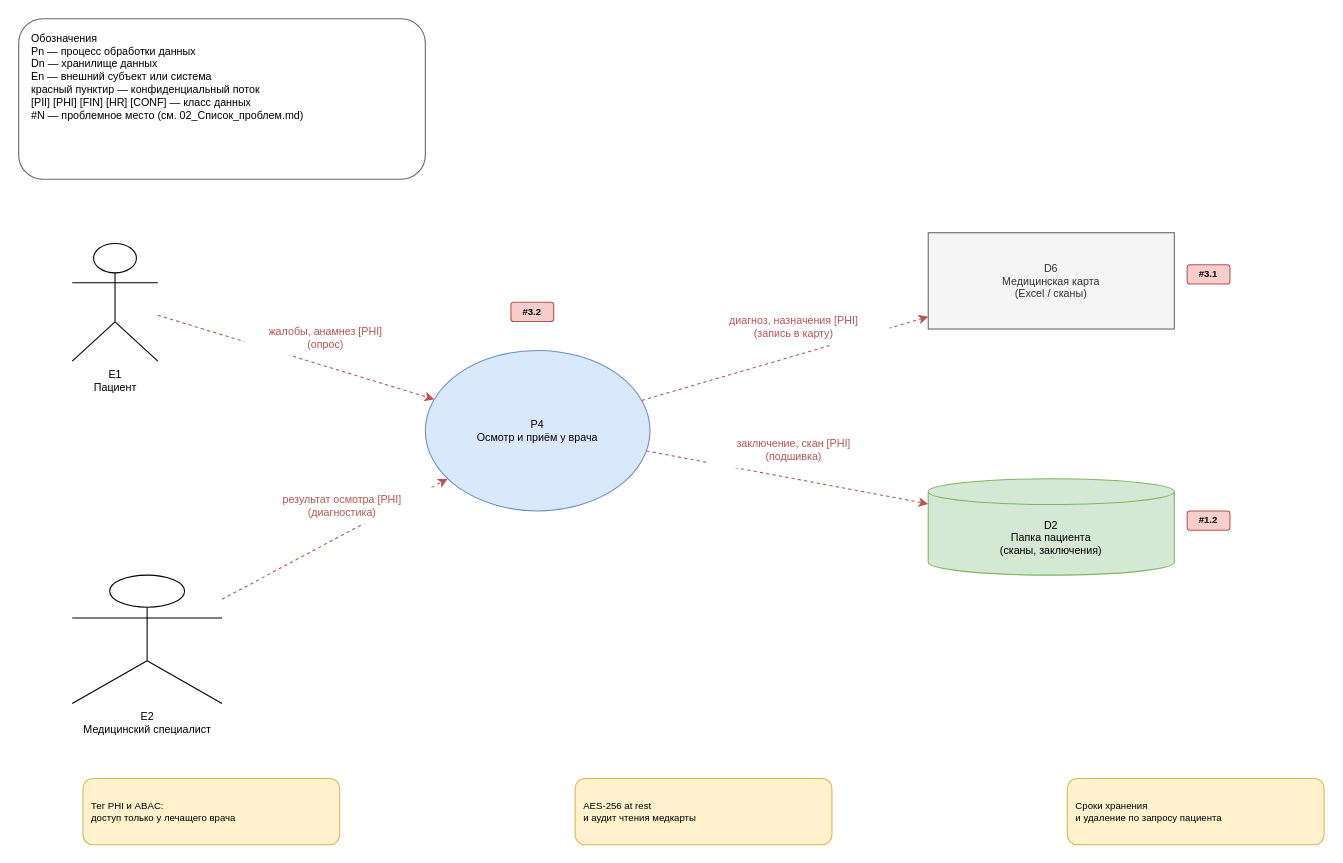
Before: Task1/DFD_TO-BE/DFD_3_Приём у врача_TO-BE.drawio in IlyaLivingstone/architecture-medikamente, a draw.io diagram. Source tidied: cells renumbered, new cells numbered last; positions are measured from the earlier drawing's top-left corner, leaving out a move shared by most shapes. Both pictures are drawn from the tidied source at 107%, with x=0, y=0 at pixel (18, 18).
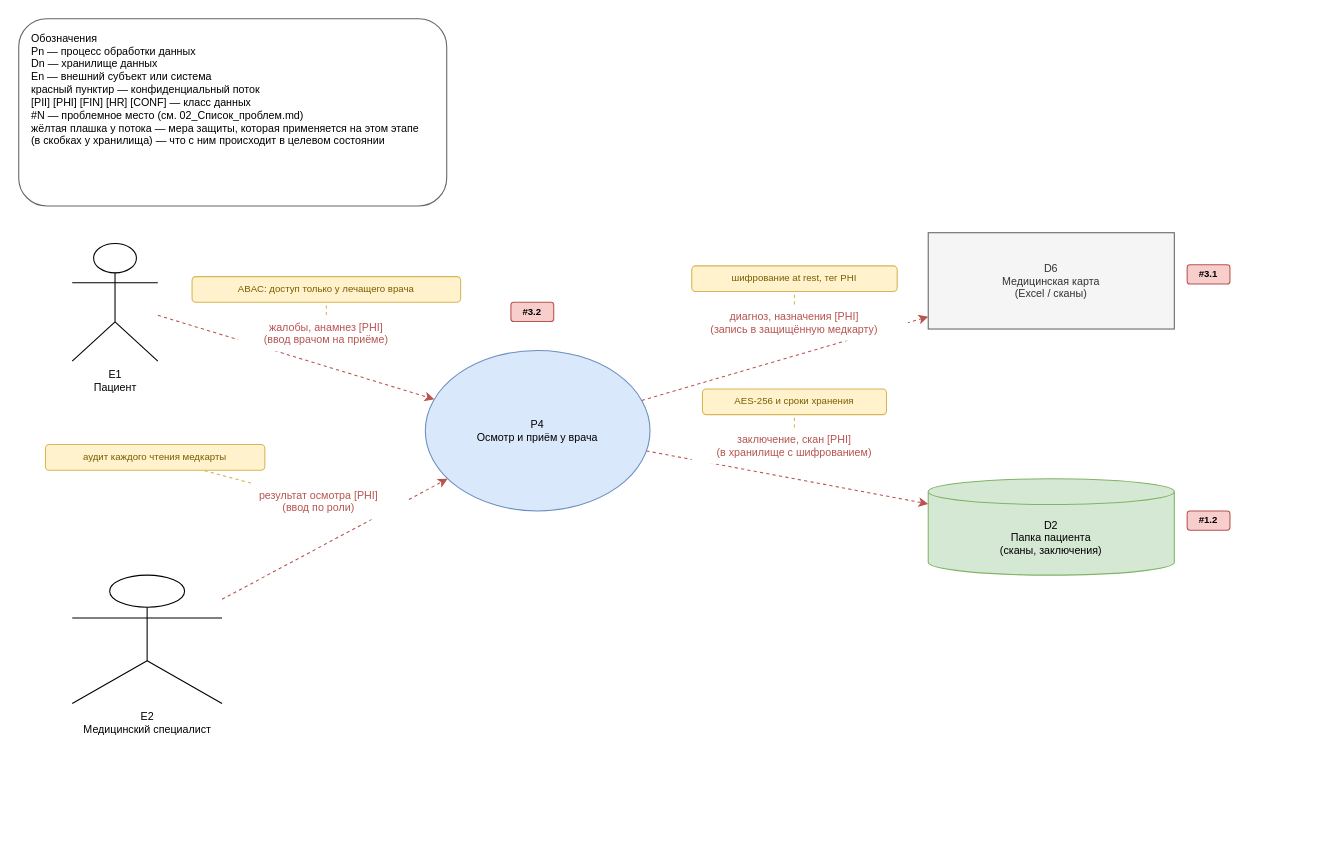
After the change.

The edit, as a diff of the source:
```diff
@@
-    <mxCell id="8" value="жалобы, анамнез [PHI]&lt;br&gt;(опрос)" style="rounded=0;whiteSpace=wrap;html=1;align=center;verticalAlign=middle;fillColor=#ffffff;strokeColor=none;fontSize=10;fontColor=#b85450;" parent="1" vertex="1">
-      <mxGeometry x="211" y="281" width="152" height="34" as="geometry" />
+    <mxCell id="8" value="жалобы, анамнез [PHI]&lt;br&gt;(ввод врачом на приёме)" style="rounded=0;whiteSpace=wrap;html=1;align=center;verticalAlign=middle;fillColor=#ffffff;strokeColor=none;fontSize=10;fontColor=#b85450;" parent="1" vertex="1">
+      <mxGeometry x="205" y="277" width="165" height="34" as="geometry" />
     </mxCell>
+    <mxCell id="22" value="ABAC: доступ только у лечащего врача" style="rounded=1;whiteSpace=wrap;html=1;fontSize=9;fillColor=#fff2cc;strokeColor=#d6b656;fontColor=#7a5c00;align=center;verticalAlign=middle;spacingLeft=4;spacingRight=4;" parent="1" vertex="1">
+      <mxGeometry x="162" y="241" width="251" height="24" as="geometry" />
+    </mxCell>
+    <mxCell id="23" style="html=1;endArrow=none;rounded=0;dashed=1;strokeColor=#d6b656;strokeWidth=1;" parent="1" edge="1" source="8" target="22">
+      <mxGeometry relative="1" as="geometry" />
+    </mxCell>
@@
-    <mxCell id="10" value="результат осмотра [PHI]&lt;br&gt;(диагностика)" style="rounded=0;whiteSpace=wrap;html=1;align=center;verticalAlign=middle;fillColor=#ffffff;strokeColor=none;fontSize=10;fontColor=#b85450;" parent="1" vertex="1">
-      <mxGeometry x="220" y="438" width="165" height="34" as="geometry" />
+    <mxCell id="10" value="результат осмотра [PHI]&lt;br&gt;(ввод по роли)" style="rounded=0;whiteSpace=wrap;html=1;align=center;verticalAlign=middle;fillColor=#ffffff;strokeColor=none;fontSize=10;fontColor=#b85450;" parent="1" vertex="1">
+      <mxGeometry x="198" y="434" width="165" height="34" as="geometry" />
     </mxCell>
+    <mxCell id="24" value="аудит каждого чтения медкарты" style="rounded=1;whiteSpace=wrap;html=1;fontSize=9;fillColor=#fff2cc;strokeColor=#d6b656;fontColor=#7a5c00;align=center;verticalAlign=middle;spacingLeft=4;spacingRight=4;" parent="1" vertex="1">
+      <mxGeometry x="25" y="398" width="205" height="24" as="geometry" />
+    </mxCell>
+    <mxCell id="25" style="html=1;endArrow=none;rounded=0;dashed=1;strokeColor=#d6b656;strokeWidth=1;" parent="1" edge="1" source="10" target="24">
+      <mxGeometry relative="1" as="geometry" />
+    </mxCell>
@@
-    <mxCell id="12" value="диагноз, назначения [PHI]&lt;br&gt;(запись в карту)" style="rounded=0;whiteSpace=wrap;html=1;align=center;verticalAlign=middle;fillColor=#ffffff;strokeColor=none;fontSize=10;fontColor=#b85450;" parent="1" vertex="1">
-      <mxGeometry x="635" y="271" width="179" height="34" as="geometry" />
+    <mxCell id="12" value="диагноз, назначения [PHI]&lt;br&gt;(запись в защищённую медкарту)" style="rounded=0;whiteSpace=wrap;html=1;align=center;verticalAlign=middle;fillColor=#ffffff;strokeColor=none;fontSize=10;fontColor=#b85450;" parent="1" vertex="1">
+      <mxGeometry x="619" y="267" width="212" height="34" as="geometry" />
     </mxCell>
+    <mxCell id="26" value="шифрование at rest, тег PHI" style="rounded=1;whiteSpace=wrap;html=1;fontSize=9;fillColor=#fff2cc;strokeColor=#d6b656;fontColor=#7a5c00;align=center;verticalAlign=middle;spacingLeft=4;spacingRight=4;" parent="1" vertex="1">
+      <mxGeometry x="629" y="231" width="192" height="24" as="geometry" />
+    </mxCell>
+    <mxCell id="27" style="html=1;endArrow=none;rounded=0;dashed=1;strokeColor=#d6b656;strokeWidth=1;" parent="1" edge="1" source="12" target="26">
+      <mxGeometry relative="1" as="geometry" />
+    </mxCell>
@@
-    <mxCell id="14" value="заключение, скан [PHI]&lt;br&gt;(подшивка)" style="rounded=0;whiteSpace=wrap;html=1;align=center;verticalAlign=middle;fillColor=#ffffff;strokeColor=none;fontSize=10;fontColor=#b85450;" parent="1" vertex="1">
-      <mxGeometry x="645" y="386" width="159" height="34" as="geometry" />
+    <mxCell id="14" value="заключение, скан [PHI]&lt;br&gt;(в хранилище с шифрованием)" style="rounded=0;whiteSpace=wrap;html=1;align=center;verticalAlign=middle;fillColor=#ffffff;strokeColor=none;fontSize=10;fontColor=#b85450;" parent="1" vertex="1">
+      <mxGeometry x="629" y="382" width="192" height="34" as="geometry" />
     </mxCell>
+    <mxCell id="28" value="AES-256 и сроки хранения" style="rounded=1;whiteSpace=wrap;html=1;fontSize=9;fillColor=#fff2cc;strokeColor=#d6b656;fontColor=#7a5c00;align=center;verticalAlign=middle;spacingLeft=4;spacingRight=4;" parent="1" vertex="1">
+      <mxGeometry x="639" y="346" width="172" height="24" as="geometry" />
+    </mxCell>
+    <mxCell id="29" style="html=1;endArrow=none;rounded=0;dashed=1;strokeColor=#d6b656;strokeWidth=1;" parent="1" edge="1" source="14" target="28">
+      <mxGeometry relative="1" as="geometry" />
+    </mxCell>
@@
-    <mxCell id="18" value="Тег PHI и ABAC:&lt;br&gt;доступ только у лечащего врача" style="rounded=1;whiteSpace=wrap;html=1;fontSize=9;fillColor=#fff2cc;strokeColor=#d6b656;align=left;spacingLeft=6;" parent="1" vertex="1">
-      <mxGeometry x="60" y="710" width="240" height="62" as="geometry" />
-    </mxCell>
-    <mxCell id="19" value="AES-256 at rest&lt;br&gt;и аудит чтения медкарты" style="rounded=1;whiteSpace=wrap;html=1;fontSize=9;fillColor=#fff2cc;strokeColor=#d6b656;align=left;spacingLeft=6;" parent="1" vertex="1">
-      <mxGeometry x="520" y="710" width="240" height="62" as="geometry" />
-    </mxCell>
-    <mxCell id="20" value="Сроки хранения&lt;br&gt;и удаление по запросу пациента" style="rounded=1;whiteSpace=wrap;html=1;fontSize=9;fillColor=#fff2cc;strokeColor=#d6b656;align=left;spacingLeft=6;" parent="1" vertex="1">
-      <mxGeometry x="980" y="710" width="240" height="62" as="geometry" />
-    </mxCell>
-    <mxCell id="21" value="Обозначения&lt;br&gt;Pn — процесс обработки данных&lt;br&gt;Dn — хранилище данных&lt;br&gt;En — внешний субъект или система&lt;br&gt;красный пунктир — конфиденциальный поток&lt;br&gt;[PII] [PHI] [FIN] [HR] [CONF] — класс данных&lt;br&gt;#N — проблемное место (см. 02_Список_проблем.md)" style="rounded=1;whiteSpace=wrap;html=1;fontSize=10;fillColor=#ffffff;strokeColor=#666666;align=left;verticalAlign=top;spacingLeft=10;spacingTop=6;" parent="1" vertex="1">
-      <mxGeometry width="380" height="150" as="geometry" />
+    <mxCell id="21" value="Обозначения&lt;br&gt;Pn — процесс обработки данных&lt;br&gt;Dn — хранилище данных&lt;br&gt;En — внешний субъект или система&lt;br&gt;красный пунктир — конфиденциальный поток&lt;br&gt;[PII] [PHI] [FIN] [HR] [CONF] — класс данных&lt;br&gt;#N — проблемное место (см. 02_Список_проблем.md)&lt;br&gt;жёлтая плашка у потока — мера защиты, которая применяется на этом этапе&lt;br&gt;(в скобках у хранилища) — что с ним происходит в целевом состоянии" style="rounded=1;whiteSpace=wrap;html=1;fontSize=10;fillColor=#ffffff;strokeColor=#666666;align=left;verticalAlign=top;spacingLeft=10;spacingTop=6;" parent="1" vertex="1">
+      <mxGeometry width="400" height="175" as="geometry" />
     </mxCell>
```
